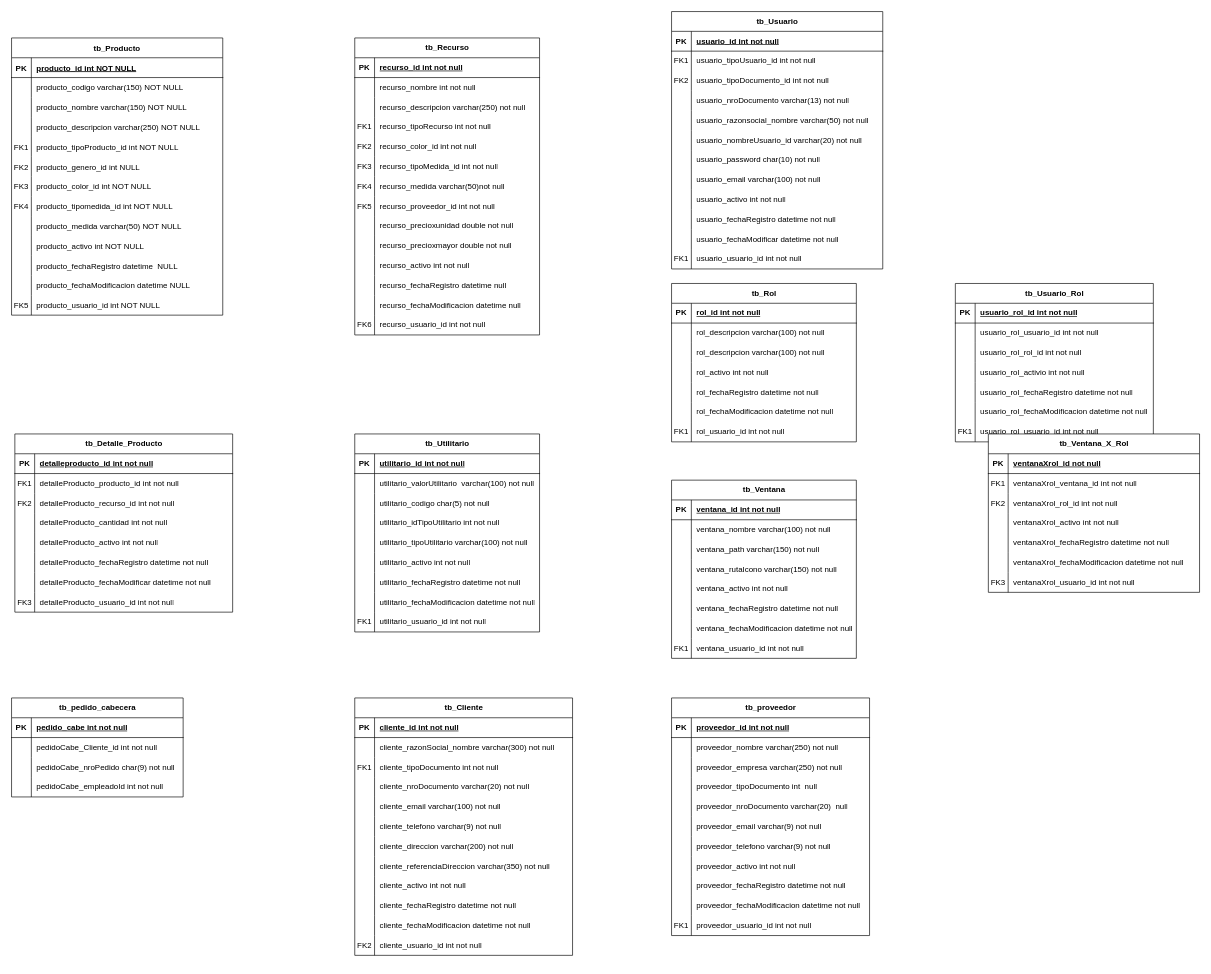
Before: BD/Diagrama_Entidad_Relacion_RAGOSISTVEN.drawio in robertrayco/sistemaVentasRaGo, a draw.io diagram. Source tidied: cells renumbered, new cells numbered last; positions are measured from the earlier drawing's top-left corner, leaving out a move shared by most shapes. Both pictures are drawn from the tidied source at 66%, with x=0, y=0 at pixel (11, 11).
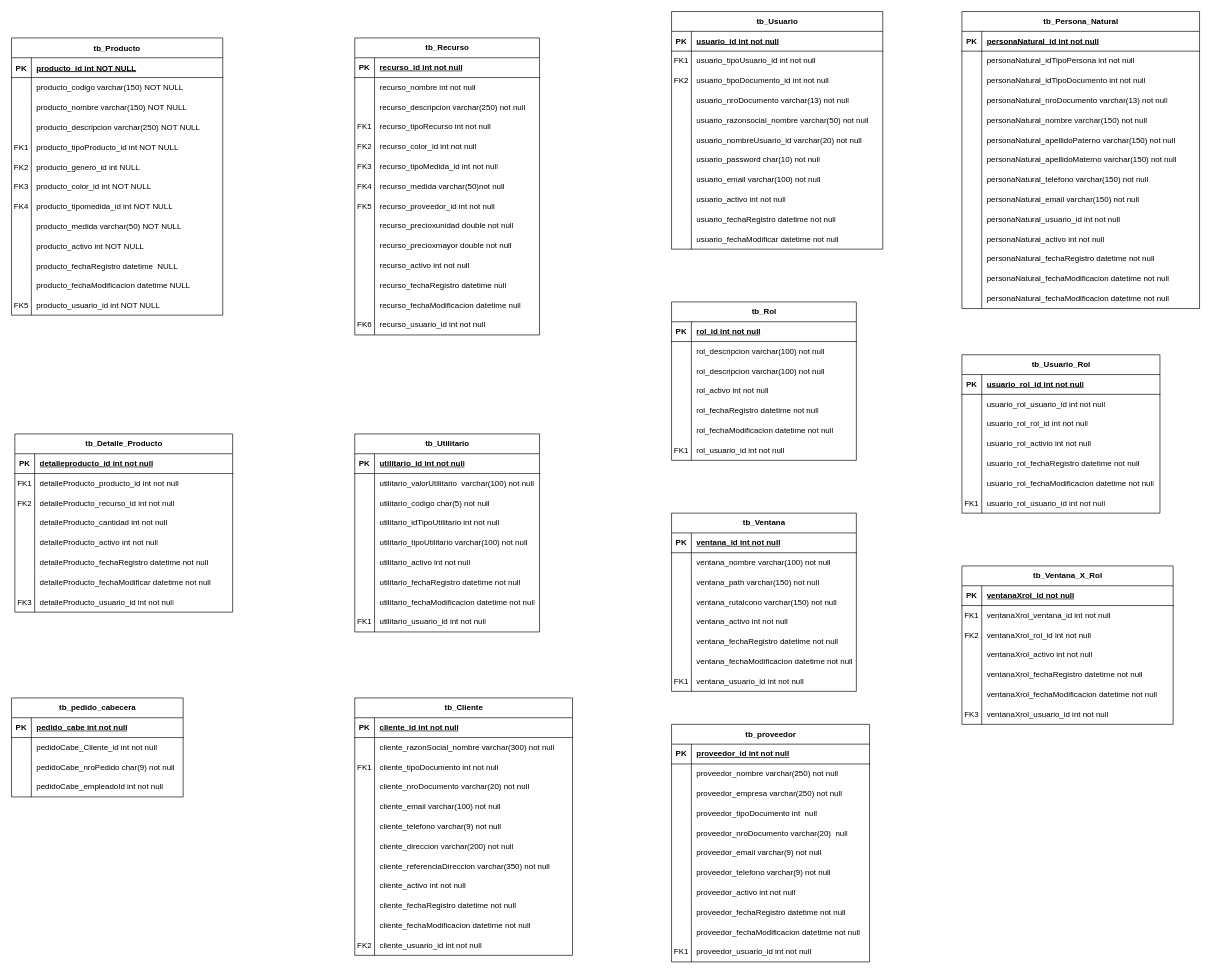
Above is the later version.

The edit, as a diff of the source:
```diff
@@
     <mxCell id="138" value="tb_Usuario" style="shape=table;startSize=30;childLayout=tableLayout;rowLines=0;fontStyle=1;align=center;html=1;" parent="1" vertex="1">
-      <mxGeometry x="1000" width="320" height="390" as="geometry" />
+      <mxGeometry x="1000" width="320" height="360" as="geometry" />
     </mxCell>
@@
-    <mxCell id="172" style="shape=tableRow;horizontal=0;startSize=0;swimlaneHead=0;swimlaneBody=0;fillColor=none;top=0;left=0;right=0;bottom=0;" parent="138" vertex="1">
-      <mxGeometry y="360" width="320" height="30" as="geometry" />
-    </mxCell>
-    <mxCell id="173" value="FK1" style="shape=partialRectangle;fillColor=none;top=0;left=0;bottom=0;right=0;overflow=hidden;whiteSpace=wrap;html=1;" parent="172" vertex="1">
-      <mxGeometry width="30" height="30" as="geometry" />
-    </mxCell>
-    <mxCell id="174" value="usuario_usuario_id int not null" style="shape=partialRectangle;fillColor=none;top=0;left=0;bottom=0;right=0;align=left;spacingLeft=6;overflow=hidden;whiteSpace=wrap;html=1;" parent="172" vertex="1">
-      <mxGeometry x="30" width="290" height="30" as="geometry" />
-    </mxCell>
     <mxCell id="175" value="tb_Rol" style="shape=table;startSize=30;childLayout=tableLayout;rowLines=0;fontStyle=1;align=center;html=1;" parent="1" vertex="1">
-      <mxGeometry x="1000" y="412" width="280" height="240" as="geometry" />
+      <mxGeometry x="1000" y="440" width="280" height="240" as="geometry" />
     </mxCell>
@@
     <mxCell id="197" value="tb_Usuario_Rol" style="shape=table;startSize=30;childLayout=tableLayout;rowLines=0;fontStyle=1;align=center;html=1;" parent="1" vertex="1">
-      <mxGeometry x="1430" y="412" width="300" height="240" as="geometry" />
+      <mxGeometry x="1440" y="520" width="300" height="240" as="geometry" />
     </mxCell>
@@
     <mxCell id="219" value="tb_Ventana" style="shape=table;startSize=30;childLayout=tableLayout;rowLines=0;fontStyle=1;align=center;html=1;" parent="1" vertex="1">
-      <mxGeometry x="1000" y="710" width="280" height="270" as="geometry" />
+      <mxGeometry x="1000" y="760" width="280" height="270" as="geometry" />
     </mxCell>
@@
     <mxCell id="244" value="tb_Ventana_X_Rol" style="shape=table;startSize=30;childLayout=tableLayout;rowLines=0;fontStyle=1;align=center;html=1;" parent="1" vertex="1">
-      <mxGeometry x="1480" y="640" width="320" height="240" as="geometry" />
+      <mxGeometry x="1440" y="840" width="320" height="240" as="geometry" />
     </mxCell>
@@
     <mxCell id="316" value="tb_proveedor" style="shape=table;startSize=30;childLayout=tableLayout;rowLines=0;fontStyle=1;align=center;html=1;" parent="1" vertex="1">
-      <mxGeometry x="1000" y="1040" width="300" height="360" as="geometry" />
+      <mxGeometry x="1000" y="1080" width="300" height="360" as="geometry" />
     </mxCell>
@@
+    <mxCell id="350" value="tb_Persona_Natural" style="shape=table;startSize=30;childLayout=tableLayout;rowLines=0;fontStyle=1;align=center;html=1;" parent="1" vertex="1">
+      <mxGeometry x="1440" width="360" height="450" as="geometry" />
+    </mxCell>
+    <mxCell id="351" style="shape=tableRow;horizontal=0;startSize=0;swimlaneHead=0;swimlaneBody=0;fillColor=none;top=0;left=0;right=0;bottom=1;" parent="350" vertex="1">
+      <mxGeometry y="30" width="360" height="30" as="geometry" />
+    </mxCell>
+    <mxCell id="352" value="PK" style="shape=partialRectangle;fillColor=none;top=0;left=0;bottom=0;right=0;fontStyle=1;overflow=hidden;whiteSpace=wrap;html=1;" parent="351" vertex="1">
+      <mxGeometry width="30" height="30" as="geometry" />
+    </mxCell>
+    <mxCell id="353" value="personaNatural_id int not null" style="shape=partialRectangle;fillColor=none;top=0;left=0;bottom=0;right=0;align=left;spacingLeft=6;fontStyle=5;overflow=hidden;whiteSpace=wrap;html=1;" parent="351" vertex="1">
+      <mxGeometry x="30" width="330" height="30" as="geometry" />
+    </mxCell>
+    <mxCell id="354" style="shape=tableRow;horizontal=0;startSize=0;swimlaneHead=0;swimlaneBody=0;fillColor=none;top=0;left=0;right=0;bottom=0;" parent="350" vertex="1">
+      <mxGeometry y="60" width="360" height="30" as="geometry" />
+    </mxCell>
+    <mxCell id="355" style="shape=partialRectangle;fillColor=none;top=0;left=0;bottom=0;right=0;overflow=hidden;whiteSpace=wrap;html=1;" parent="354" vertex="1">
+      <mxGeometry width="30" height="30" as="geometry" />
+    </mxCell>
+    <mxCell id="356" value="personaNatural_idTipoPersona int not null" style="shape=partialRectangle;fillColor=none;top=0;left=0;bottom=0;right=0;align=left;spacingLeft=6;overflow=hidden;whiteSpace=wrap;html=1;" parent="354" vertex="1">
+      <mxGeometry x="30" width="330" height="30" as="geometry" />
+    </mxCell>
+    <mxCell id="357" style="shape=tableRow;horizontal=0;startSize=0;swimlaneHead=0;swimlaneBody=0;fillColor=none;top=0;left=0;right=0;bottom=0;" parent="350" vertex="1">
+      <mxGeometry y="90" width="360" height="30" as="geometry" />
+    </mxCell>
+    <mxCell id="358" style="shape=partialRectangle;fillColor=none;top=0;left=0;bottom=0;right=0;overflow=hidden;whiteSpace=wrap;html=1;" parent="357" vertex="1">
+      <mxGeometry width="30" height="30" as="geometry" />
+    </mxCell>
+    <mxCell id="359" value="personaNatural_idTipoDocumento int not null" style="shape=partialRectangle;fillColor=none;top=0;left=0;bottom=0;right=0;align=left;spacingLeft=6;overflow=hidden;whiteSpace=wrap;html=1;" parent="357" vertex="1">
+      <mxGeometry x="30" width="330" height="30" as="geometry" />
+    </mxCell>
+    <mxCell id="360" style="shape=tableRow;horizontal=0;startSize=0;swimlaneHead=0;swimlaneBody=0;fillColor=none;top=0;left=0;right=0;bottom=0;" parent="350" vertex="1">
+      <mxGeometry y="120" width="360" height="30" as="geometry" />
+    </mxCell>
+    <mxCell id="361" style="shape=partialRectangle;fillColor=none;top=0;left=0;bottom=0;right=0;overflow=hidden;whiteSpace=wrap;html=1;" parent="360" vertex="1">
+      <mxGeometry width="30" height="30" as="geometry" />
+    </mxCell>
+    <mxCell id="362" value="personaNatural_nroDocumento varchar(13) not null" style="shape=partialRectangle;fillColor=none;top=0;left=0;bottom=0;right=0;align=left;spacingLeft=6;overflow=hidden;whiteSpace=wrap;html=1;" parent="360" vertex="1">
+      <mxGeometry x="30" width="330" height="30" as="geometry" />
+    </mxCell>
+    <mxCell id="363" style="shape=tableRow;horizontal=0;startSize=0;swimlaneHead=0;swimlaneBody=0;fillColor=none;top=0;left=0;right=0;bottom=0;" parent="350" vertex="1">
+      <mxGeometry y="150" width="360" height="30" as="geometry" />
+    </mxCell>
+    <mxCell id="364" style="shape=partialRectangle;fillColor=none;top=0;left=0;bottom=0;right=0;overflow=hidden;whiteSpace=wrap;html=1;" parent="363" vertex="1">
+      <mxGeometry width="30" height="30" as="geometry" />
+    </mxCell>
+    <mxCell id="365" value="personaNatural_nombre varchar(150) not null" style="shape=partialRectangle;fillColor=none;top=0;left=0;bottom=0;right=0;align=left;spacingLeft=6;overflow=hidden;whiteSpace=wrap;html=1;" parent="363" vertex="1">
+      <mxGeometry x="30" width="330" height="30" as="geometry" />
+    </mxCell>
+    <mxCell id="366" style="shape=tableRow;horizontal=0;startSize=0;swimlaneHead=0;swimlaneBody=0;fillColor=none;top=0;left=0;right=0;bottom=0;" parent="350" vertex="1">
+      <mxGeometry y="180" width="360" height="30" as="geometry" />
+    </mxCell>
+    <mxCell id="367" style="shape=partialRectangle;fillColor=none;top=0;left=0;bottom=0;right=0;overflow=hidden;whiteSpace=wrap;html=1;" parent="366" vertex="1">
+      <mxGeometry width="30" height="30" as="geometry" />
+    </mxCell>
+    <mxCell id="368" value="personaNatural_apellidoPaterno varchar(150) not null" style="shape=partialRectangle;fillColor=none;top=0;left=0;bottom=0;right=0;align=left;spacingLeft=6;overflow=hidden;whiteSpace=wrap;html=1;" parent="366" vertex="1">
+      <mxGeometry x="30" width="330" height="30" as="geometry" />
+    </mxCell>
+    <mxCell id="369" style="shape=tableRow;horizontal=0;startSize=0;swimlaneHead=0;swimlaneBody=0;fillColor=none;top=0;left=0;right=0;bottom=0;" parent="350" vertex="1">
+      <mxGeometry y="210" width="360" height="30" as="geometry" />
+    </mxCell>
+    <mxCell id="370" style="shape=partialRectangle;fillColor=none;top=0;left=0;bottom=0;right=0;overflow=hidden;whiteSpace=wrap;html=1;" parent="369" vertex="1">
+      <mxGeometry width="30" height="30" as="geometry" />
+    </mxCell>
+    <mxCell id="371" value="personaNatural_apellidoMaterno varchar(150) not null" style="shape=partialRectangle;fillColor=none;top=0;left=0;bottom=0;right=0;align=left;spacingLeft=6;overflow=hidden;whiteSpace=wrap;html=1;" parent="369" vertex="1">
+      <mxGeometry x="30" width="330" height="30" as="geometry" />
+    </mxCell>
+    <mxCell id="372" style="shape=tableRow;horizontal=0;startSize=0;swimlaneHead=0;swimlaneBody=0;fillColor=none;top=0;left=0;right=0;bottom=0;" parent="350" vertex="1">
+      <mxGeometry y="240" width="360" height="30" as="geometry" />
+    </mxCell>
+    <mxCell id="373" style="shape=partialRectangle;fillColor=none;top=0;left=0;bottom=0;right=0;overflow=hidden;whiteSpace=wrap;html=1;" parent="372" vertex="1">
+      <mxGeometry width="30" height="30" as="geometry" />
+    </mxCell>
+    <mxCell id="374" value="personaNatural_telefono varchar(150) not null" style="shape=partialRectangle;fillColor=none;top=0;left=0;bottom=0;right=0;align=left;spacingLeft=6;overflow=hidden;whiteSpace=wrap;html=1;" parent="372" vertex="1">
+      <mxGeometry x="30" width="330" height="30" as="geometry" />
+    </mxCell>
+    <mxCell id="375" style="shape=tableRow;horizontal=0;startSize=0;swimlaneHead=0;swimlaneBody=0;fillColor=none;top=0;left=0;right=0;bottom=0;" parent="350" vertex="1">
+      <mxGeometry y="270" width="360" height="30" as="geometry" />
+    </mxCell>
+    <mxCell id="376" style="shape=partialRectangle;fillColor=none;top=0;left=0;bottom=0;right=0;overflow=hidden;whiteSpace=wrap;html=1;" parent="375" vertex="1">
+      <mxGeometry width="30" height="30" as="geometry" />
+    </mxCell>
+    <mxCell id="377" value="personaNatural_email varchar(150) not null" style="shape=partialRectangle;fillColor=none;top=0;left=0;bottom=0;right=0;align=left;spacingLeft=6;overflow=hidden;whiteSpace=wrap;html=1;" parent="375" vertex="1">
+      <mxGeometry x="30" width="330" height="30" as="geometry" />
+    </mxCell>
+    <mxCell id="378" style="shape=tableRow;horizontal=0;startSize=0;swimlaneHead=0;swimlaneBody=0;fillColor=none;top=0;left=0;right=0;bottom=0;" parent="350" vertex="1">
+      <mxGeometry y="300" width="360" height="30" as="geometry" />
+    </mxCell>
+    <mxCell id="379" style="shape=partialRectangle;fillColor=none;top=0;left=0;bottom=0;right=0;overflow=hidden;whiteSpace=wrap;html=1;" parent="378" vertex="1">
+      <mxGeometry width="30" height="30" as="geometry" />
+    </mxCell>
+    <mxCell id="380" value="personaNatural_usuario_id int not null" style="shape=partialRectangle;fillColor=none;top=0;left=0;bottom=0;right=0;align=left;spacingLeft=6;overflow=hidden;whiteSpace=wrap;html=1;" parent="378" vertex="1">
+      <mxGeometry x="30" width="330" height="30" as="geometry" />
+    </mxCell>
+    <mxCell id="381" style="shape=tableRow;horizontal=0;startSize=0;swimlaneHead=0;swimlaneBody=0;fillColor=none;top=0;left=0;right=0;bottom=0;" parent="350" vertex="1">
+      <mxGeometry y="330" width="360" height="30" as="geometry" />
+    </mxCell>
+    <mxCell id="382" style="shape=partialRectangle;fillColor=none;top=0;left=0;bottom=0;right=0;overflow=hidden;whiteSpace=wrap;html=1;" parent="381" vertex="1">
+      <mxGeometry width="30" height="30" as="geometry" />
+    </mxCell>
+    <mxCell id="383" value="personaNatural_activo int not null" style="shape=partialRectangle;fillColor=none;top=0;left=0;bottom=0;right=0;align=left;spacingLeft=6;overflow=hidden;whiteSpace=wrap;html=1;" parent="381" vertex="1">
+      <mxGeometry x="30" width="330" height="30" as="geometry" />
+    </mxCell>
+    <mxCell id="384" style="shape=tableRow;horizontal=0;startSize=0;swimlaneHead=0;swimlaneBody=0;fillColor=none;top=0;left=0;right=0;bottom=0;" parent="350" vertex="1">
+      <mxGeometry y="360" width="360" height="30" as="geometry" />
+    </mxCell>
+    <mxCell id="385" style="shape=partialRectangle;fillColor=none;top=0;left=0;bottom=0;right=0;overflow=hidden;whiteSpace=wrap;html=1;" parent="384" vertex="1">
+      <mxGeometry width="30" height="30" as="geometry" />
+    </mxCell>
+    <mxCell id="386" value="personaNatural_fechaRegistro datetime not null" style="shape=partialRectangle;fillColor=none;top=0;left=0;bottom=0;right=0;align=left;spacingLeft=6;overflow=hidden;whiteSpace=wrap;html=1;" parent="384" vertex="1">
+      <mxGeometry x="30" width="330" height="30" as="geometry" />
+    </mxCell>
+    <mxCell id="387" style="shape=tableRow;horizontal=0;startSize=0;swimlaneHead=0;swimlaneBody=0;fillColor=none;top=0;left=0;right=0;bottom=0;" parent="350" vertex="1">
+      <mxGeometry y="390" width="360" height="30" as="geometry" />
+    </mxCell>
+    <mxCell id="388" style="shape=partialRectangle;fillColor=none;top=0;left=0;bottom=0;right=0;overflow=hidden;whiteSpace=wrap;html=1;" parent="387" vertex="1">
+      <mxGeometry width="30" height="30" as="geometry" />
+    </mxCell>
+    <mxCell id="389" value="personaNatural_fechaModificacion datetime not null" style="shape=partialRectangle;fillColor=none;top=0;left=0;bottom=0;right=0;align=left;spacingLeft=6;overflow=hidden;whiteSpace=wrap;html=1;" parent="387" vertex="1">
+      <mxGeometry x="30" width="330" height="30" as="geometry" />
+    </mxCell>
+    <mxCell id="390" style="shape=tableRow;horizontal=0;startSize=0;swimlaneHead=0;swimlaneBody=0;fillColor=none;top=0;left=0;right=0;bottom=0;" parent="350" vertex="1">
+      <mxGeometry y="420" width="360" height="30" as="geometry" />
+    </mxCell>
+    <mxCell id="391" style="shape=partialRectangle;fillColor=none;top=0;left=0;bottom=0;right=0;overflow=hidden;whiteSpace=wrap;html=1;" parent="390" vertex="1">
+      <mxGeometry width="30" height="30" as="geometry" />
+    </mxCell>
+    <mxCell id="392" value="personaNatural_fechaModificacion datetime not null" style="shape=partialRectangle;fillColor=none;top=0;left=0;bottom=0;right=0;align=left;spacingLeft=6;overflow=hidden;whiteSpace=wrap;html=1;" parent="390" vertex="1">
+      <mxGeometry x="30" width="330" height="30" as="geometry" />
+    </mxCell>
```
